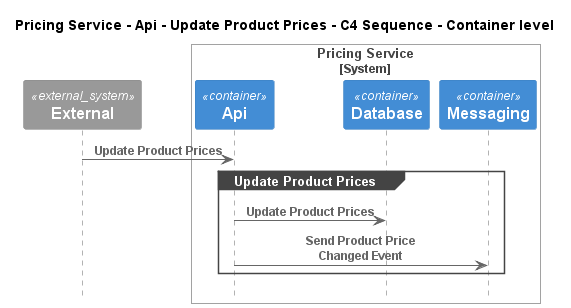
Before: e-commerce-platform/Software Systems/Pricing Service/Containers/Api/Interfaces/Update Product Prices/Container - C4 Sequence.png, a diagram exported from PlantUML (C4InterFlow/architecture-as-code-samples). Source of this version:
```plantuml
@startuml
!pragma layout smetana
!include ..\..\..\..\..\..\.c4s\C4_Sequence.puml

title Pricing Service - Api - Update Product Prices - C4 Sequence - Container level

System_Ext(C4InterFlow.SoftwareSystems.ExternalSystem, "External", "")

System_Boundary(ECommercePlatform.SoftwareSystems.PricingService, "Pricing Service")
    Container(ECommercePlatform.SoftwareSystems.PricingService.Containers.Api, "Api", "", "")
    Container(ECommercePlatform.SoftwareSystems.PricingService.Containers.Database, "Database", "", "")
    Container(ECommercePlatform.SoftwareSystems.PricingService.Containers.Messaging, "Messaging", "", "")
Boundary_End()

Rel(C4InterFlow.SoftwareSystems.ExternalSystem, ECommercePlatform.SoftwareSystems.PricingService.Containers.Api, "Update Product Prices")
group Update Product Prices
Rel(ECommercePlatform.SoftwareSystems.PricingService.Containers.Api, ECommercePlatform.SoftwareSystems.PricingService.Containers.Database, "Update Product Prices")
Rel(ECommercePlatform.SoftwareSystems.PricingService.Containers.Api, ECommercePlatform.SoftwareSystems.PricingService.Containers.Messaging, "Send Product Price Changed Event")
end


@enduml
```
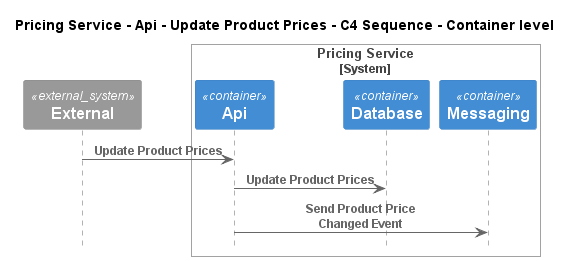
The same diagram one commit later.

The edit, as a diff of the source:
```diff
@@ -13,10 +13,8 @@
 Boundary_End()
 
 Rel(C4InterFlow.SoftwareSystems.ExternalSystem, ECommercePlatform.SoftwareSystems.PricingService.Containers.Api, "Update Product Prices")
-group Update Product Prices
 Rel(ECommercePlatform.SoftwareSystems.PricingService.Containers.Api, ECommercePlatform.SoftwareSystems.PricingService.Containers.Database, "Update Product Prices")
 Rel(ECommercePlatform.SoftwareSystems.PricingService.Containers.Api, ECommercePlatform.SoftwareSystems.PricingService.Containers.Messaging, "Send Product Price Changed Event")
-end
 
 
 @enduml
```
